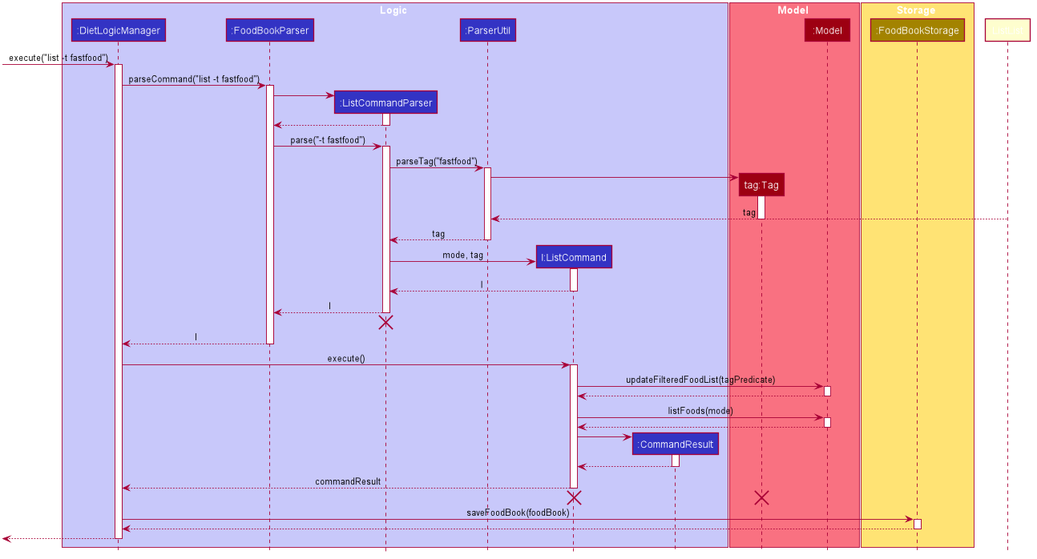
The PlantUML diagram images/DietTrackerListCommandTagSequenceDiagram.png in AY1920S2-CS2103T-W13-1/main, before a commit.
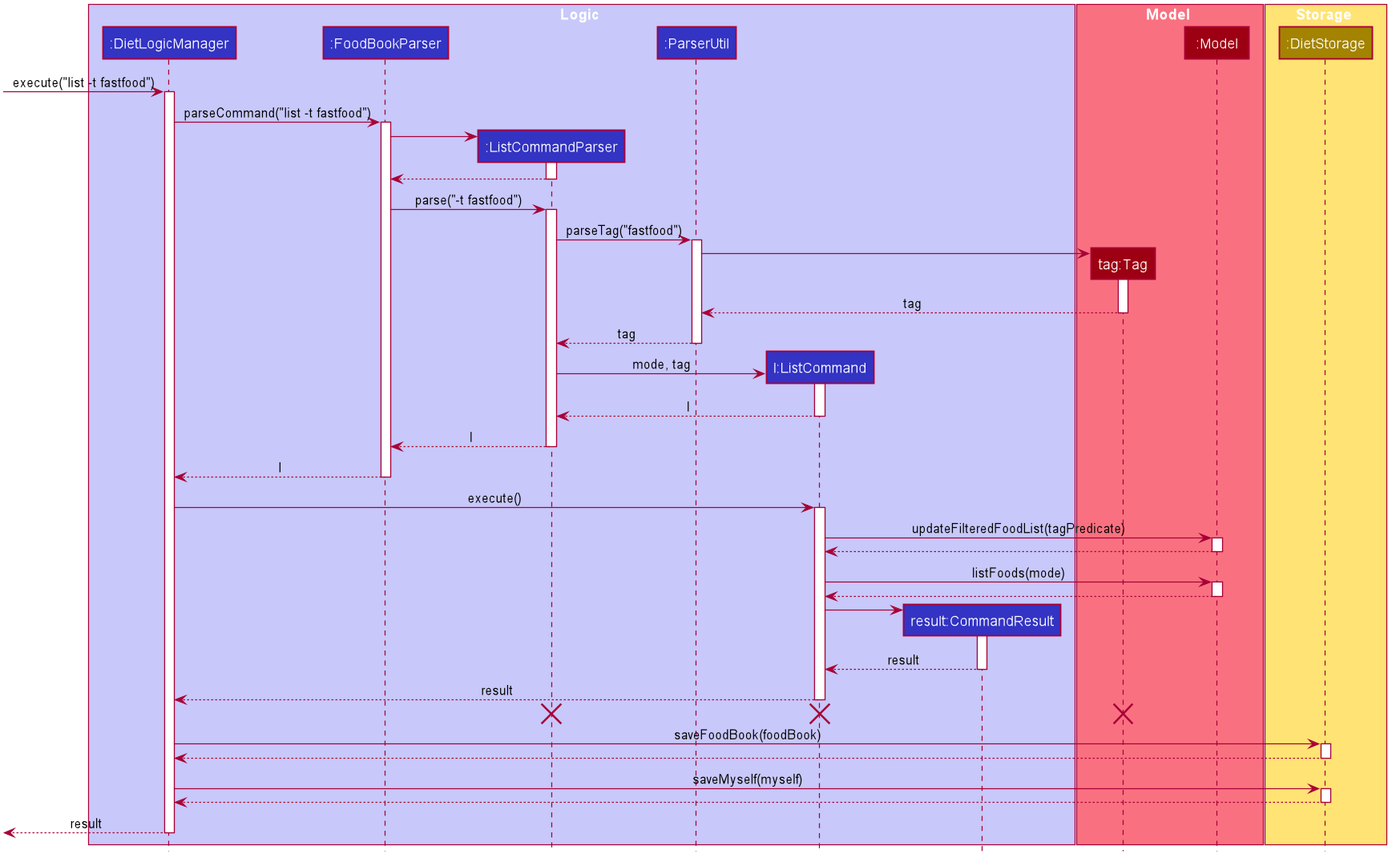
Later version of the same file.

The edit, as a diff of the source:
```diff
@@ -55,7 +55,7 @@
 participant ":ListCommandParser" as ListCommandParser #3333C4
 participant ":ParserUtil" as ParserUtil #3333C4
 participant "l:ListCommand" as ListCommand #3333C4
-participant ":CommandResult" as CommandResult #3333C4
+participant "result:CommandResult" as CommandResult #3333C4
 end box
 
 box Model #F97181
@@ -64,7 +64,7 @@
 end box
 
 box Storage #FFE374
-participant ":FoodBookStorage" as FoodBookStorage #A38300
+participant ":DietStorage" as FoodBookStorage #A38300
 end box
 
 [-> LogicManager : execute("list -t fastfood")
@@ -90,7 +90,7 @@
 ParserUtil -> Tag
 activate Tag
 
-ListList --> ParserUtil : tag
+Tag --> ParserUtil : tag
 deactivate Tag
 
 ParserUtil --> ListCommandParser : tag
@@ -105,8 +105,6 @@
 
 ListCommandParser --> FoodBookParser : l
 deactivate ListCommandParser
-ListCommandParser -[hidden]-> FoodBookParser
-destroy ListCommandParser
 
 FoodBookParser --> LogicManager : l
 deactivate FoodBookParser
@@ -130,15 +128,16 @@
 ListCommand -> CommandResult
 activate CommandResult
 
-CommandResult --> ListCommand
+CommandResult --> ListCommand : result
 deactivate CommandResult
 
-ListCommand --> LogicManager : commandResult
+ListCommand --> LogicManager : result
 deactivate ListCommand
 
 ListCommand -[hidden]-> LogicManager
 destroy ListCommand
 destroy Tag
+destroy ListCommandParser
 
 LogicManager -> FoodBookStorage : saveFoodBook(foodBook)
 activate FoodBookStorage
@@ -146,6 +145,12 @@
 FoodBookStorage --> LogicManager
 deactivate FoodBookStorage
 
-[<--LogicManager
+LogicManager -> FoodBookStorage : saveMyself(myself)
+activate FoodBookStorage
+
+FoodBookStorage --> LogicManager
+deactivate FoodBookStorage
+
+[<--LogicManager : result
 deactivate LogicManager
 @enduml
```
